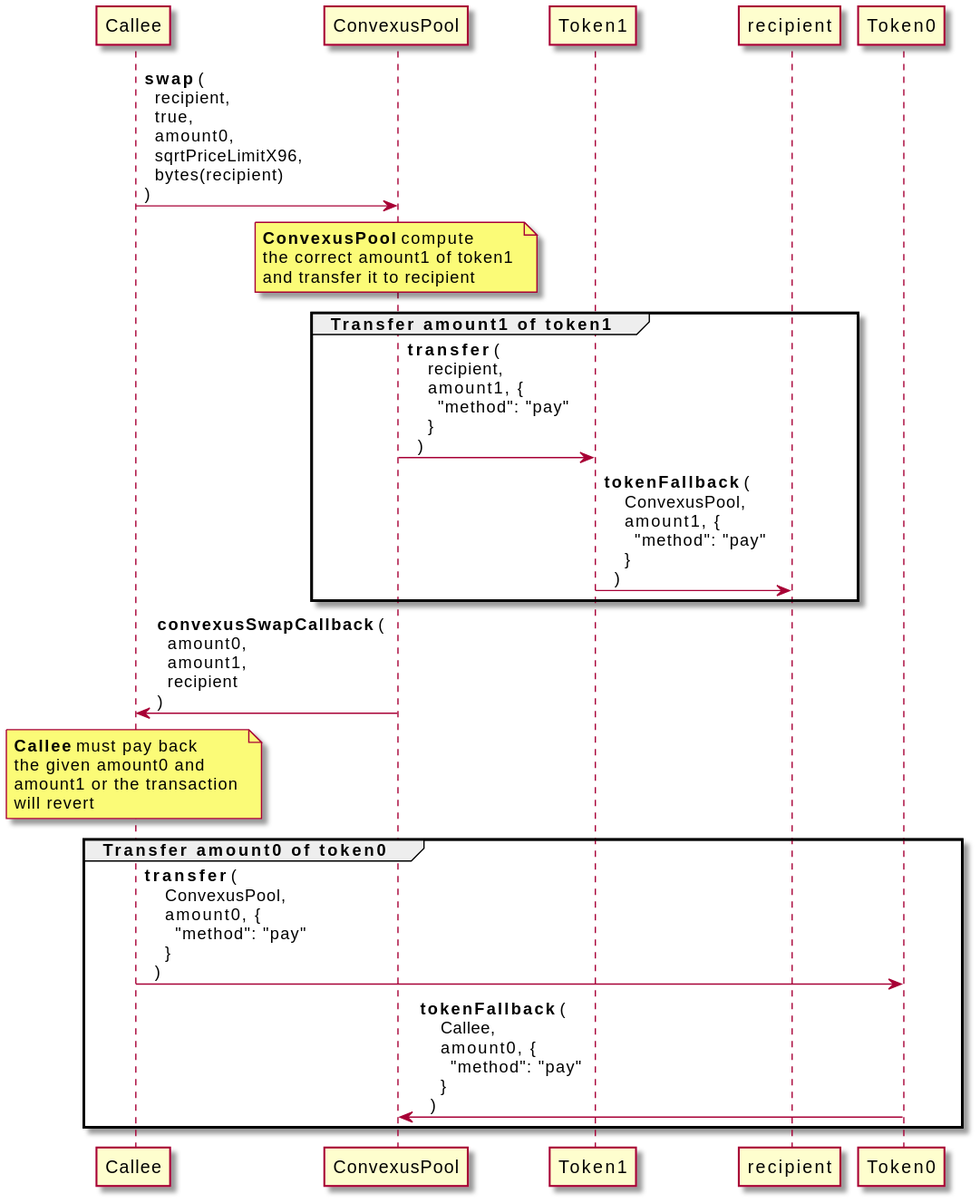
Above: core-layer/pool/uml/swap.svg in Convexus-Protocol/AMM-docs (PlantUML), before the change. Source of this version:
```plantuml
@startuml
Callee -> ConvexusPool : **swap** ( \n  recipient, \n  true, \n  amount0, \n  sqrtPriceLimitX96, \n  bytes(recipient) \n)

note over ConvexusPool : **ConvexusPool** compute \nthe correct amount1 of token1 \nand transfer it to recipient


group Transfer amount1 of token1
  ConvexusPool -> Token1 : **transfer** ( \n    recipient, \n    amount1, { \n      "method": "pay" \n    } \n  )

  Token1 -> recipient : **tokenFallback** ( \n    ConvexusPool, \n    amount1, { \n      "method": "pay" \n    } \n  )
end group

ConvexusPool -> Callee : **convexusSwapCallback** ( \n  amount0, \n  amount1, \n  recipient \n)

note over Callee : **Callee** must pay back \nthe given amount0 and \namount1 or the transaction \nwill revert

group Transfer amount0 of token0

  Callee -> Token0 : **transfer** ( \n    ConvexusPool, \n    amount0, { \n      "method": "pay" \n    } \n  )

  Token0 -> ConvexusPool : **tokenFallback** ( \n    Callee, \n    amount0, { \n      "method": "pay" \n    } \n  )

end group
@enduml
```
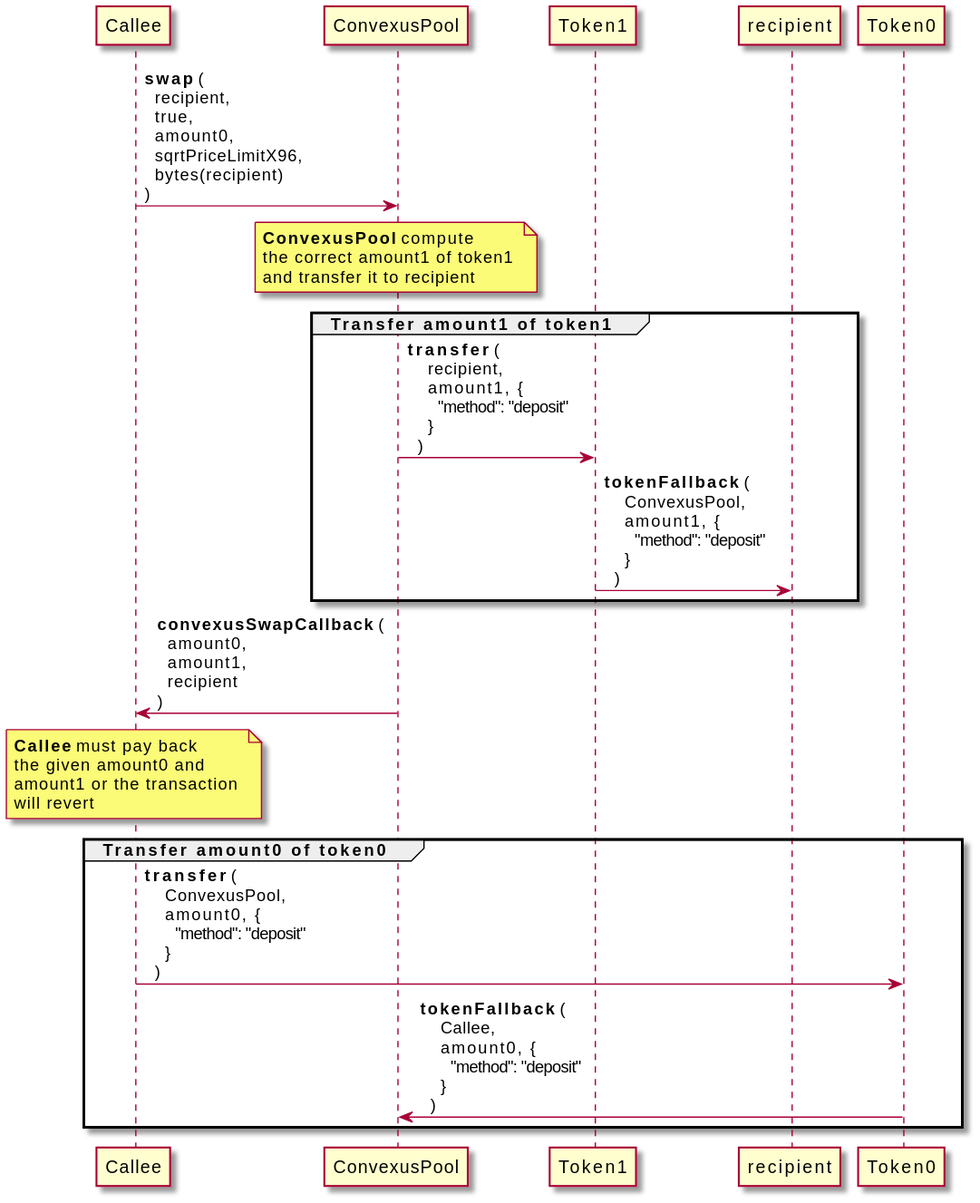
After the change.

Commit message:
Update "pay" callback by "deposit"

What changed in the source:
```diff
@@ -5,9 +5,9 @@
 
 
 group Transfer amount1 of token1
-  ConvexusPool -> Token1 : **transfer** ( \n    recipient, \n    amount1, { \n      "method": "pay" \n    } \n  )
+  ConvexusPool -> Token1 : **transfer** ( \n    recipient, \n    amount1, { \n      "method": "deposit" \n    } \n  )
 
-  Token1 -> recipient : **tokenFallback** ( \n    ConvexusPool, \n    amount1, { \n      "method": "pay" \n    } \n  )
+  Token1 -> recipient : **tokenFallback** ( \n    ConvexusPool, \n    amount1, { \n      "method": "deposit" \n    } \n  )
 end group
 
 ConvexusPool -> Callee : **convexusSwapCallback** ( \n  amount0, \n  amount1, \n  recipient \n)
@@ -16,9 +16,9 @@
 
 group Transfer amount0 of token0
 
-  Callee -> Token0 : **transfer** ( \n    ConvexusPool, \n    amount0, { \n      "method": "pay" \n    } \n  )
+  Callee -> Token0 : **transfer** ( \n    ConvexusPool, \n    amount0, { \n      "method": "deposit" \n    } \n  )
 
-  Token0 -> ConvexusPool : **tokenFallback** ( \n    Callee, \n    amount0, { \n      "method": "pay" \n    } \n  )
+  Token0 -> ConvexusPool : **tokenFallback** ( \n    Callee, \n    amount0, { \n      "method": "deposit" \n    } \n  )
 
 end group
 @enduml
```
